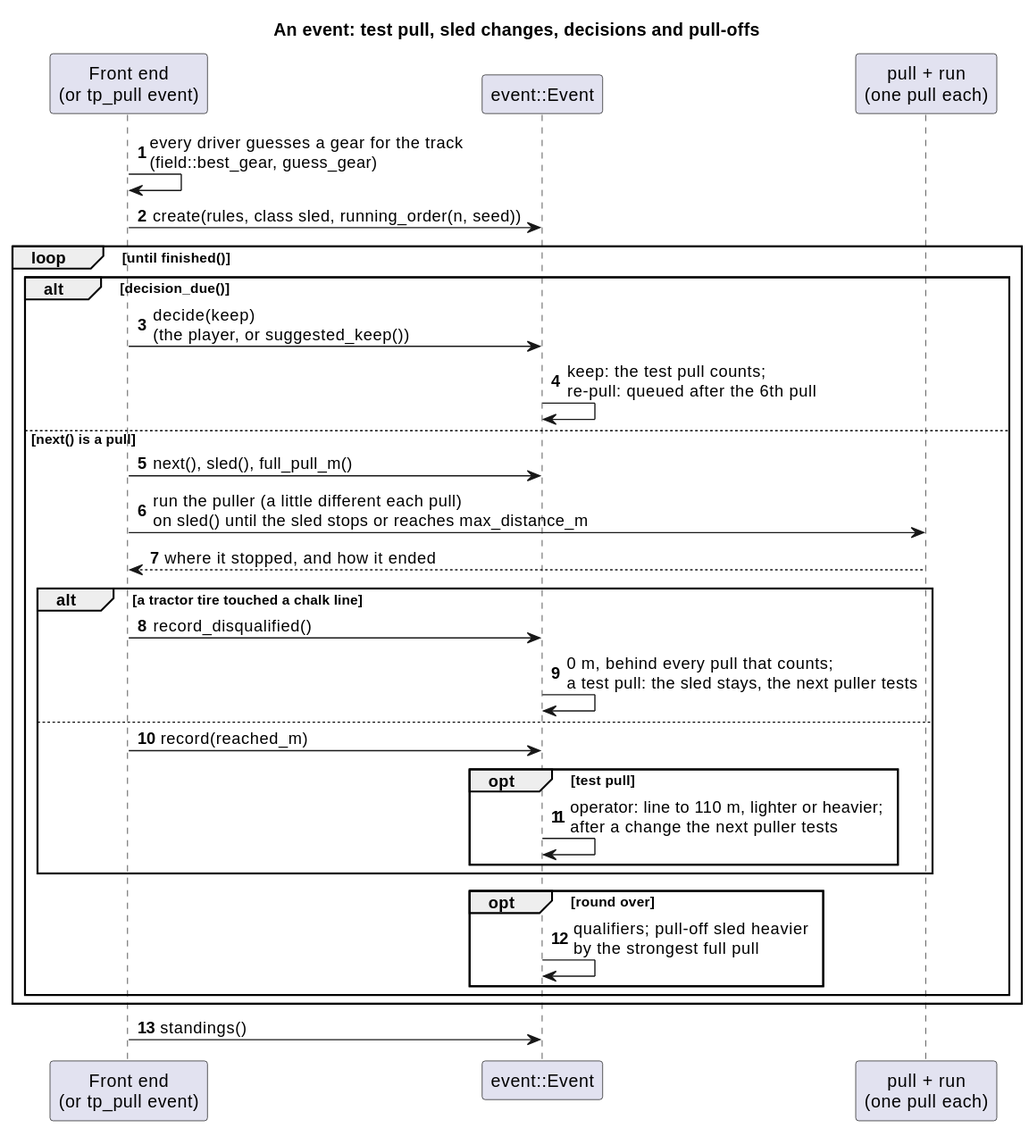
The PlantUML diagram docs/diagrams/svg/event_sequence.svg in wversteeg/TractorPulling, before a commit.
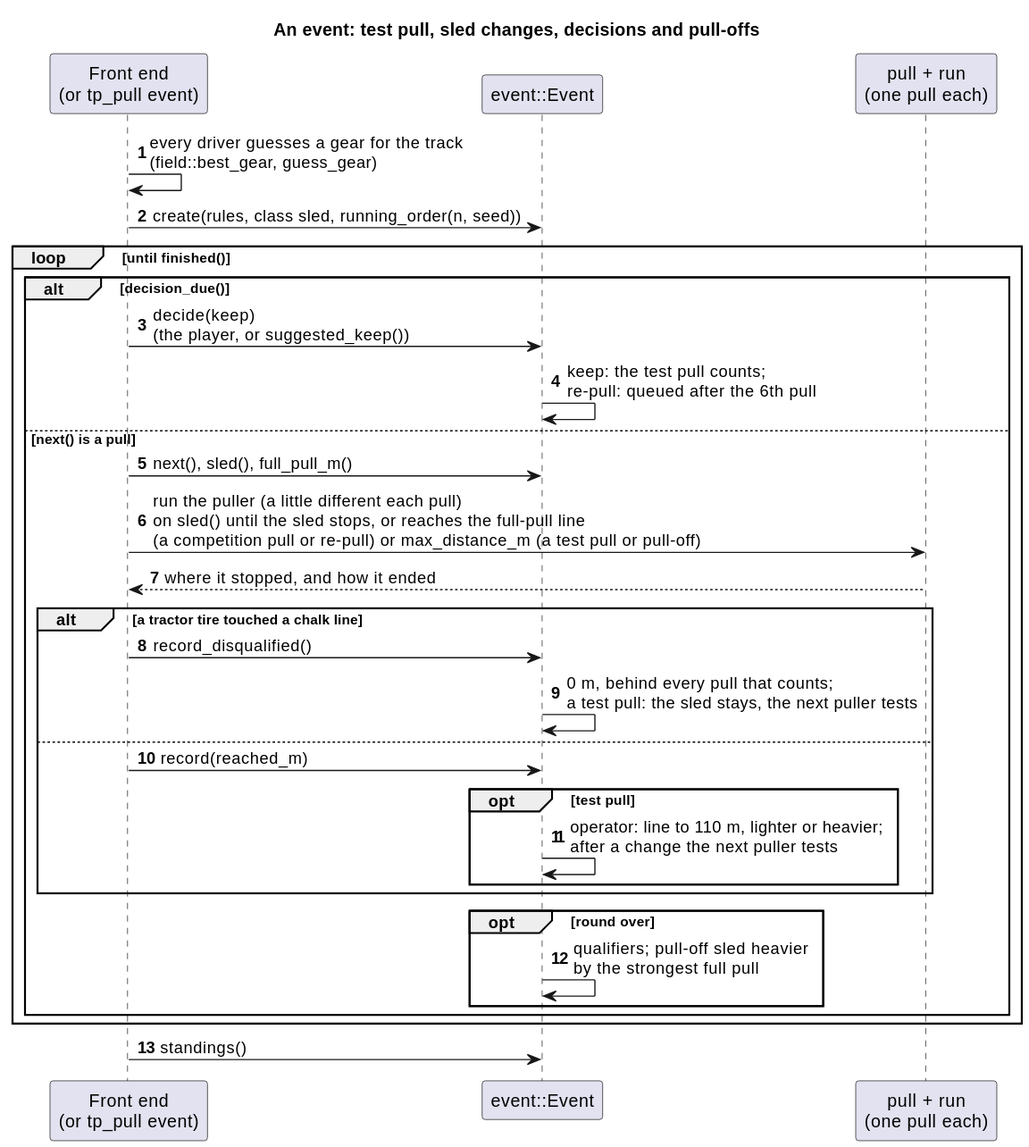
After the commit.

Commit message:
Stop a competition pull at the full-pull line

What changed in the source:
```diff
@@ -13,7 +13,7 @@
     Event -> Event : keep: the test pull counts;\nre-pull: queued after the 6th pull
   else next() is a pull
     Caller -> Event : next(), sled(), full_pull_m()
-    Caller -> Run : run the puller (a little different each pull)\non sled() until the sled stops or reaches max_distance_m
+    Caller -> Run : run the puller (a little different each pull)\non sled() until the sled stops, or reaches the full-pull line\n(a competition pull or re-pull) or max_distance_m (a test pull or pull-off)
     Run --> Caller : where it stopped, and how it ended
     alt a tractor tire touched a chalk line
       Caller -> Event : record_disqualified()
```
